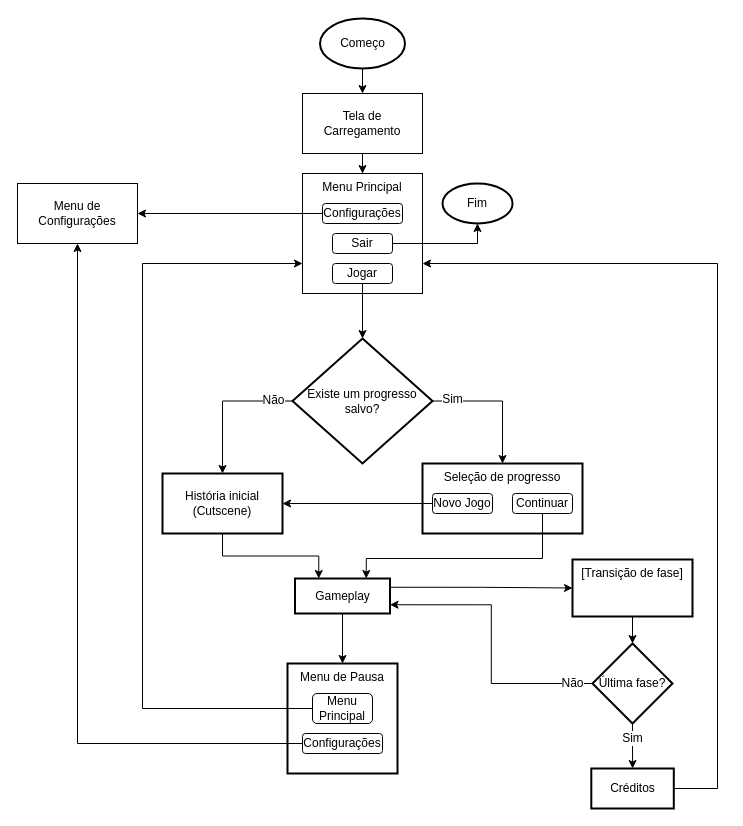
Above: Runaway Bear flowchart.drawio in IsaacoHamsto/runawaybeargame (draw.io), before the change. Source tidied: cells renumbered, new cells numbered last; positions are measured from the earlier drawing's top-left corner, leaving out a move shared by most shapes. Both pictures are drawn from the tidied source at 100%, with x=0, y=0 at pixel (17, 18).
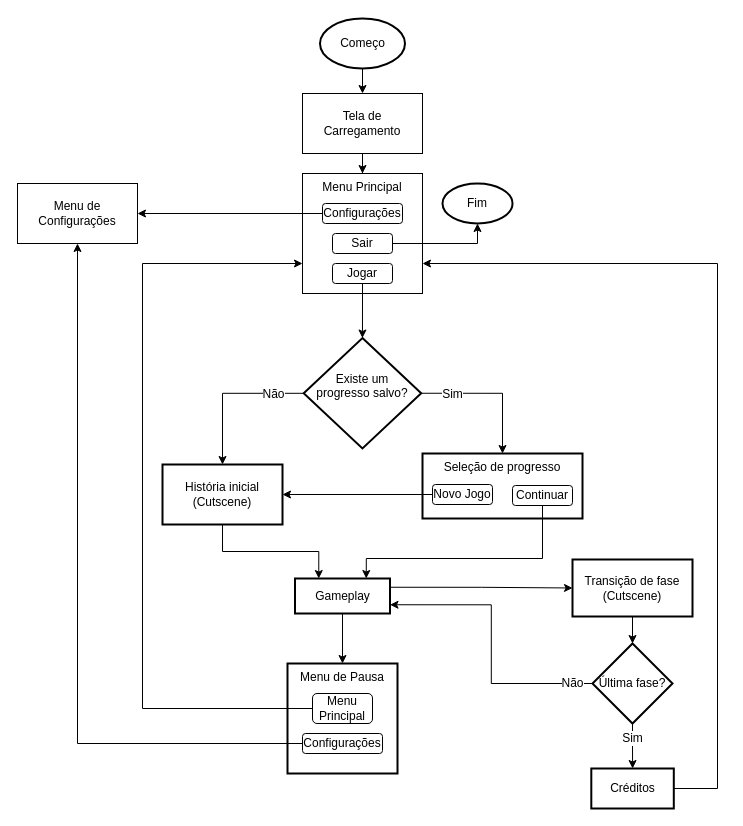
The same diagram, later.

Commit message:
Finalizar o flowchart

The edit, as a diff of the source:
```diff
@@
-    <mxCell id="15" value="Existe um progresso salvo?" style="strokeWidth=2;html=1;shape=mxgraph.flowchart.decision;whiteSpace=wrap;" parent="1" vertex="1">
-      <mxGeometry x="275" y="320" width="140" height="125" as="geometry" />
+    <mxCell id="15" value="Existe um progresso salvo?&lt;br&gt;­" style="strokeWidth=2;html=1;shape=mxgraph.flowchart.decision;whiteSpace=wrap;verticalAlign=middle;spacingLeft=8;spacingRight=8;" parent="1" vertex="1">
+      <mxGeometry x="286.2" y="319.5" width="117.5" height="110.5" as="geometry" />
     </mxCell>
@@
     <mxCell id="17" value="História inicial (Cutscene)" style="whiteSpace=wrap;html=1;strokeWidth=2;" parent="1" vertex="1">
-      <mxGeometry x="145" y="455" width="120" height="60" as="geometry" />
+      <mxGeometry x="145" y="446" width="120" height="60" as="geometry" />
     </mxCell>
     <mxCell id="18" value="Seleção de progresso" style="whiteSpace=wrap;html=1;strokeWidth=2;verticalAlign=top;" parent="1" vertex="1">
-      <mxGeometry x="405" y="445" width="160" height="70" as="geometry" />
+      <mxGeometry x="405" y="435" width="160" height="65" as="geometry" />
     </mxCell>
@@
     <mxCell id="20" value="Novo Jogo" style="rounded=1;whiteSpace=wrap;html=1;fillColor=default;" parent="1" vertex="1">
-      <mxGeometry x="415" y="475" width="60" height="20" as="geometry" />
+      <mxGeometry x="415" y="466" width="60" height="20" as="geometry" />
     </mxCell>
@@
     <mxCell id="22" value="Continuar" style="rounded=1;whiteSpace=wrap;html=1;fillColor=default;" parent="1" vertex="1">
-      <mxGeometry x="495" y="475" width="60" height="20" as="geometry" />
+      <mxGeometry x="495" y="467" width="60" height="20" as="geometry" />
     </mxCell>
@@
-    <mxCell id="34" value="[Transição de fase]" style="whiteSpace=wrap;html=1;strokeWidth=2;verticalAlign=top;" parent="1" vertex="1">
+    <mxCell id="34" value="Transição de fase&lt;br&gt;(Cutscene)" style="whiteSpace=wrap;html=1;strokeWidth=2;verticalAlign=middle;" parent="1" vertex="1">
       <mxGeometry x="555" y="541" width="120" height="57" as="geometry" />
     </mxCell>
@@
     <mxCell id="40" value="Não" style="text;html=1;align=center;verticalAlign=middle;strokeColor=none;fillColor=none;labelBackgroundColor=default;" parent="1" vertex="1">
-      <mxGeometry x="231" y="367" width="50" height="30" as="geometry" />
+      <mxGeometry x="231" y="361" width="50" height="30" as="geometry" />
     </mxCell>
     <mxCell id="41" value="Sim" style="text;html=1;align=center;verticalAlign=middle;strokeColor=none;fillColor=none;labelBackgroundColor=default;" parent="1" vertex="1">
-      <mxGeometry x="415" y="366" width="40" height="30" as="geometry" />
+      <mxGeometry x="415" y="361" width="40" height="30" as="geometry" />
     </mxCell>
```
